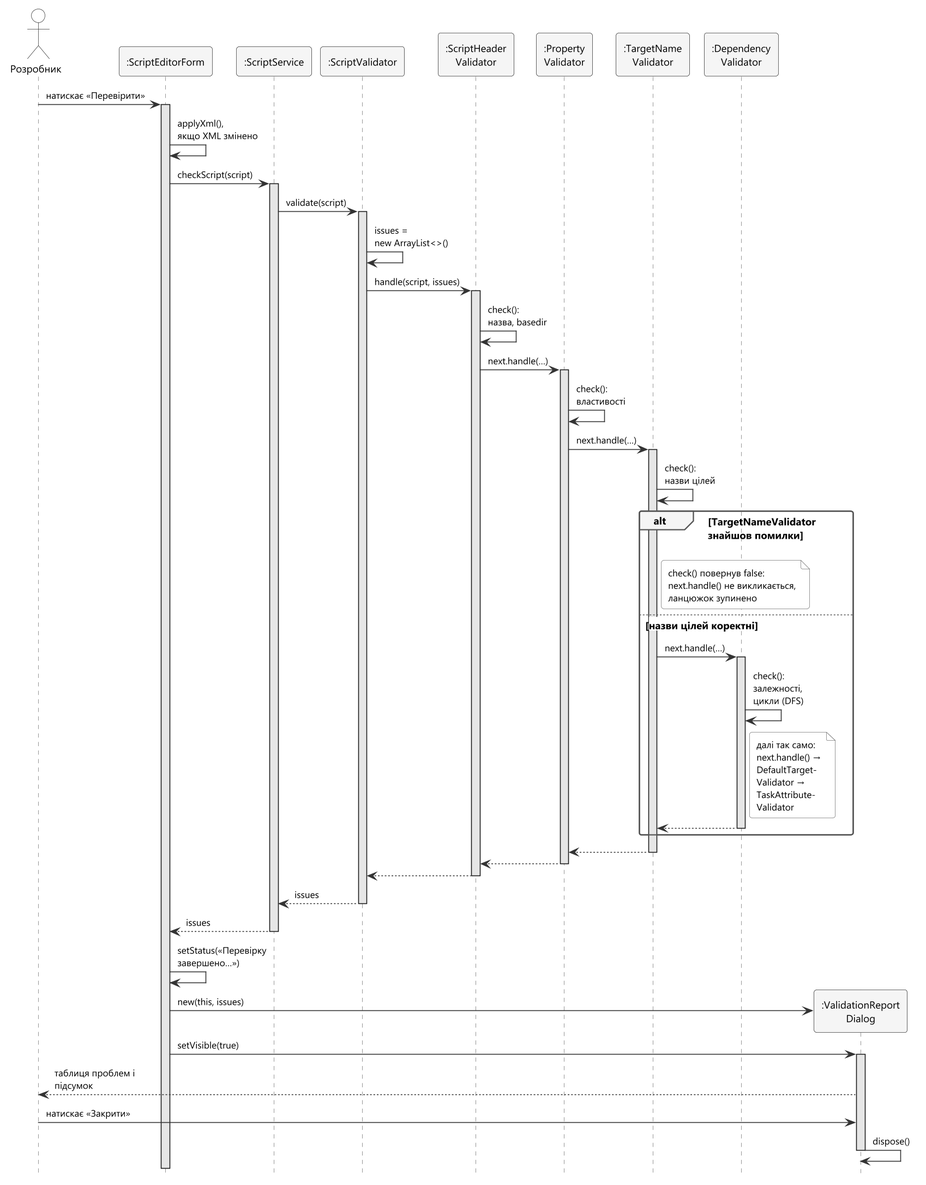
The PlantUML diagram docs/uml/png/15-chain-sequence.png in Sovadis/TRPZ, before a commit. Source of this version:
```plantuml
@startuml 15-chain-sequence
!include _style.iuml
hide footbox
skinparam responseMessageBelowArrow true
skinparam maxMessageSize 120

actor "Розробник" as Dev
participant ":ScriptEditorForm" as ED
participant ":ScriptService" as SS
participant ":ScriptValidator" as SV
participant ":ScriptHeader\nValidator" as H1
participant ":Property\nValidator" as H2
participant ":TargetName\nValidator" as H3
participant ":Dependency\nValidator" as H4
participant ":ValidationReport\nDialog" as RD

Dev -> ED : <back:#FFFFFF>натискає «Перевірити»</back>
activate ED
ED -> ED : applyXml(),\nякщо XML змінено
ED -> SS : <back:#FFFFFF>checkScript(script)</back>
activate SS
SS -> SV : <back:#FFFFFF>validate(script)</back>
activate SV
SV -> SV : issues =\nnew ArrayList<>()
SV -> H1 : <back:#FFFFFF>handle(script, issues)</back>
activate H1
H1 -> H1 : check():\nназва, basedir
H1 -> H2 : <back:#FFFFFF>next.handle(…)</back>
activate H2
H2 -> H2 : check():\nвластивості
H2 -> H3 : <back:#FFFFFF>next.handle(…)</back>
activate H3
H3 -> H3 : check():\nназви цілей

alt TargetNameValidator\nзнайшов помилки
  note right of H3
    check() повернув false:
    next.handle() не викликається,
    ланцюжок зупинено
  end note
else <back:#FFFFFF>назви цілей коректні</back>
  H3 -> H4 : <back:#FFFFFF>next.handle(…)</back>
  activate H4
  H4 -> H4 : check():\nзалежності,\nцикли (DFS)
  note right of H4
    далі так само:
    next.handle() →
    DefaultTarget-
    Validator →
    TaskAttribute-
    Validator
  end note
  H4 --> H3
  deactivate H4
end

H3 --> H2
deactivate H3
H2 --> H1
deactivate H2
H1 --> SV
deactivate H1
SV --> SS : <back:#FFFFFF>issues</back>
deactivate SV
SS --> ED : <back:#FFFFFF>issues</back>
deactivate SS

ED -> ED : setStatus(«Перевірку\nзавершено…»)
ED -> RD ** : <back:#FFFFFF>new(this, issues)</back>
ED -> RD : <back:#FFFFFF>setVisible(true)</back>
activate RD
RD --> Dev : <back:#FFFFFF>таблиця проблем і підсумок</back>
Dev -> RD : <back:#FFFFFF>натискає «Закрити»</back>
RD -> RD : dispose()
deactivate RD
deactivate ED

@enduml
```
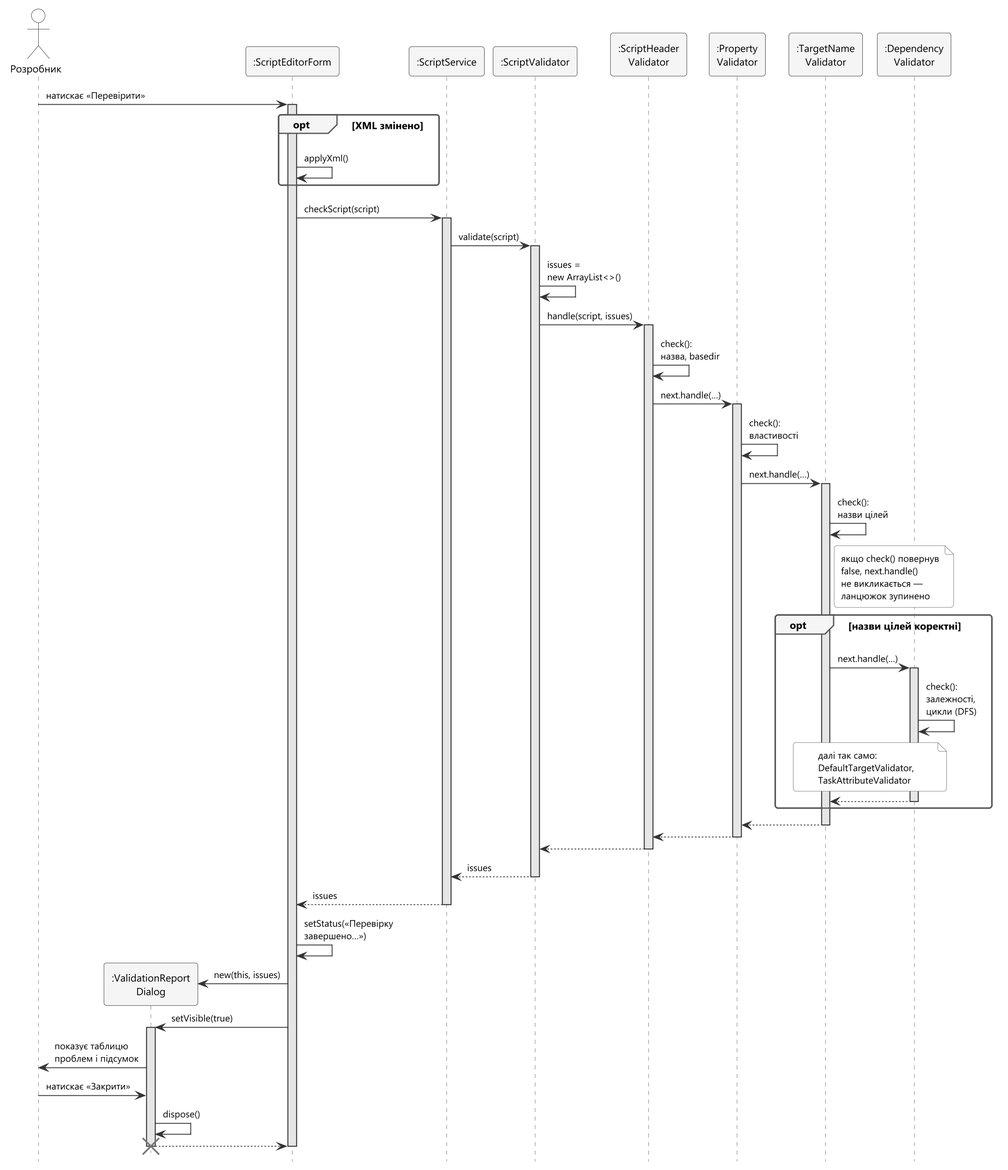
The same diagram one commit later.

Commit message:
ЛР №5: уточнено UML-діаграми та перевірку атрибутів завдань

What changed in the source:
```diff
@@ -5,6 +5,7 @@
 skinparam maxMessageSize 120
 
 actor "Розробник" as Dev
+participant ":ValidationReport\nDialog" as RD
 participant ":ScriptEditorForm" as ED
 participant ":ScriptService" as SS
 participant ":ScriptValidator" as SV
@@ -12,11 +13,12 @@
 participant ":Property\nValidator" as H2
 participant ":TargetName\nValidator" as H3
 participant ":Dependency\nValidator" as H4
-participant ":ValidationReport\nDialog" as RD
 
 Dev -> ED : <back:#FFFFFF>натискає «Перевірити»</back>
 activate ED
-ED -> ED : applyXml(),\nякщо XML змінено
+opt XML змінено
+  ED -> ED : applyXml()
+end
 ED -> SS : <back:#FFFFFF>checkScript(script)</back>
 activate SS
 SS -> SV : <back:#FFFFFF>validate(script)</back>
@@ -31,24 +33,21 @@
 H2 -> H3 : <back:#FFFFFF>next.handle(…)</back>
 activate H3
 H3 -> H3 : check():\nназви цілей
+note right of H3
+  якщо check() повернув
+  false, next.handle()
+  не викликається —
+  ланцюжок зупинено
+end note
 
-alt TargetNameValidator\nзнайшов помилки
-  note right of H3
-    check() повернув false:
-    next.handle() не викликається,
-    ланцюжок зупинено
-  end note
-else <back:#FFFFFF>назви цілей коректні</back>
+opt назви цілей коректні
   H3 -> H4 : <back:#FFFFFF>next.handle(…)</back>
   activate H4
   H4 -> H4 : check():\nзалежності,\nцикли (DFS)
-  note right of H4
+  note over H3, H4
     далі так само:
-    next.handle() →
-    DefaultTarget-
-    Validator →
-    TaskAttribute-
-    Validator
+    DefaultTargetValidator,
+    TaskAttributeValidator
   end note
   H4 --> H3
   deactivate H4
@@ -69,10 +68,11 @@
 ED -> RD ** : <back:#FFFFFF>new(this, issues)</back>
 ED -> RD : <back:#FFFFFF>setVisible(true)</back>
 activate RD
-RD --> Dev : <back:#FFFFFF>таблиця проблем і підсумок</back>
+RD -> Dev : <back:#FFFFFF>показує таблицю проблем і підсумок</back>
 Dev -> RD : <back:#FFFFFF>натискає «Закрити»</back>
 RD -> RD : dispose()
-deactivate RD
+RD --> ED
+destroy RD
 deactivate ED
 
 @enduml
```
